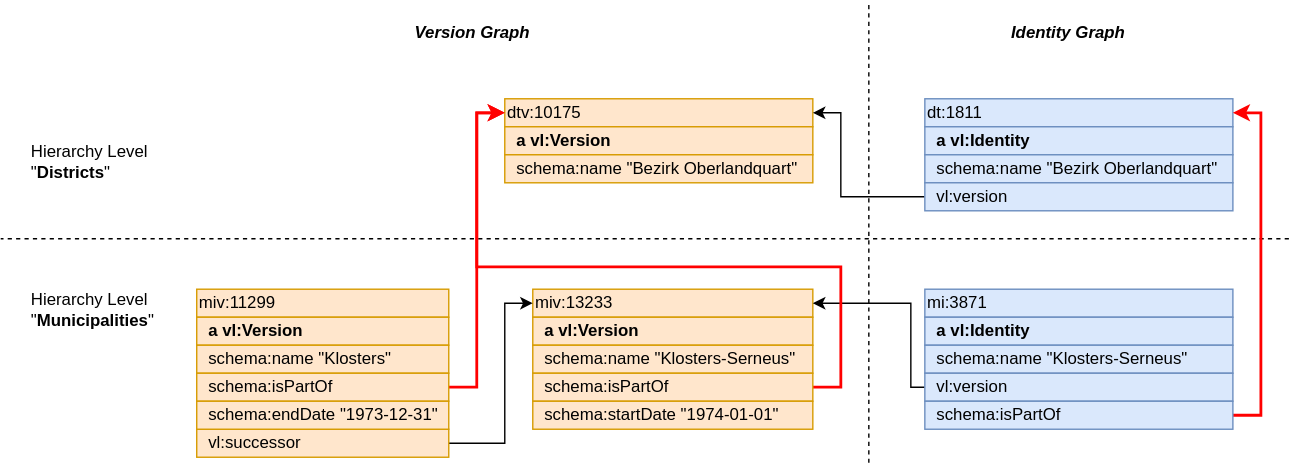
Above: img/linking_hierarchies.svg in SwissFederalArchives/version-link (draw.io), before the change. Source tidied: cells renumbered, new cells last; positions are measured from the earlier drawing's top-left corner, leaving out a move shared by most shapes.
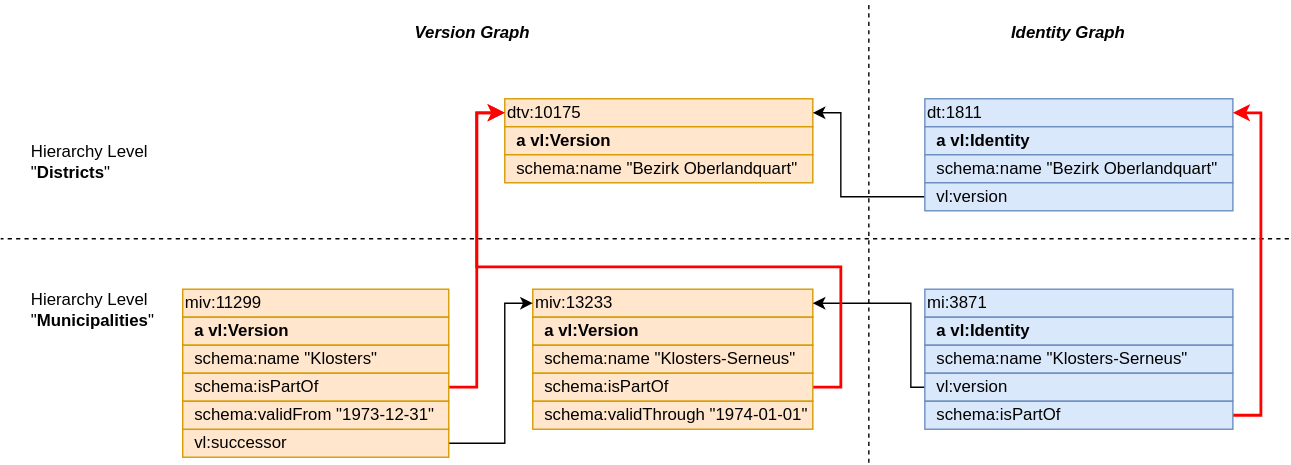
The same diagram one commit later.

Change to the diagram source:
```diff
@@ -109,19 +109,19 @@
       <mxGeometry x="20" y="100" width="100" height="30" as="geometry" />
     </mxCell>
     <mxCell id="28" value="miv:11299" style="rounded=0;whiteSpace=wrap;html=1;fillColor=#ffe6cc;strokeColor=#d79b00;align=left;fontSize=12;" parent="1" vertex="1">
-      <mxGeometry x="140" y="206" width="180" height="20" as="geometry" />
+      <mxGeometry x="130" y="206" width="190" height="20" as="geometry" />
     </mxCell>
     <mxCell id="29" value="&lt;div style=&quot;font-size: 12px;&quot;&gt;&lt;b style=&quot;font-size: 12px;&quot;&gt;&amp;nbsp; a vl:Version&lt;/b&gt;&lt;br style=&quot;font-size: 12px;&quot;&gt;&lt;/div&gt;" style="rounded=0;whiteSpace=wrap;html=1;fillColor=#ffe6cc;strokeColor=#d79b00;align=left;fontSize=12;" parent="1" vertex="1">
-      <mxGeometry x="140" y="226" width="180" height="20" as="geometry" />
+      <mxGeometry x="130" y="226" width="190" height="20" as="geometry" />
     </mxCell>
     <mxCell id="30" value="&amp;nbsp; schema:name &quot;Klosters&quot;" style="rounded=0;whiteSpace=wrap;html=1;fillColor=#ffe6cc;strokeColor=#d79b00;align=left;fontSize=12;" parent="1" vertex="1">
-      <mxGeometry x="140" y="246" width="180" height="20" as="geometry" />
+      <mxGeometry x="130" y="246" width="190" height="20" as="geometry" />
     </mxCell>
     <mxCell id="31" style="edgeStyle=orthogonalEdgeStyle;html=1;exitX=1;exitY=0.5;exitDx=0;exitDy=0;entryX=0;entryY=0.5;entryDx=0;entryDy=0;rounded=0;strokeColor=#FF0000;strokeWidth=2;" parent="1" edge="1" source="32" target="14">
       <mxGeometry relative="1" as="geometry" />
     </mxCell>
     <mxCell id="32" value="&amp;nbsp; schema:isPartOf" style="rounded=0;whiteSpace=wrap;html=1;fillColor=#ffe6cc;strokeColor=#d79b00;align=left;fontSize=12;" parent="1" vertex="1">
-      <mxGeometry x="140" y="266" width="180" height="20" as="geometry" />
+      <mxGeometry x="130" y="266" width="190" height="20" as="geometry" />
     </mxCell>
     <mxCell id="33" style="edgeStyle=orthogonalEdgeStyle;html=1;exitX=1;exitY=0.5;exitDx=0;exitDy=0;entryX=0;entryY=0.5;entryDx=0;entryDy=0;rounded=0;" parent="1" edge="1" source="34" target="2">
       <mxGeometry relative="1" as="geometry">
@@ -132,12 +132,12 @@
       </mxGeometry>
     </mxCell>
     <mxCell id="34" value="&amp;nbsp; vl:successor" style="rounded=0;whiteSpace=wrap;html=1;fillColor=#ffe6cc;strokeColor=#d79b00;align=left;fontSize=12;" parent="1" vertex="1">
-      <mxGeometry x="140" y="306" width="180" height="20" as="geometry" />
+      <mxGeometry x="130" y="306" width="190" height="20" as="geometry" />
     </mxCell>
-    <mxCell id="35" value="&lt;font style=&quot;font-size: 12px;&quot;&gt;&amp;nbsp; schema:endDate &lt;font style=&quot;font-size: 12px;&quot;&gt;&quot;1973-12-31&quot;&lt;/font&gt;&lt;/font&gt;" style="rounded=0;whiteSpace=wrap;html=1;fillColor=#ffe6cc;strokeColor=#d79b00;align=left;fontSize=12;" parent="1" vertex="1">
-      <mxGeometry x="140" y="286" width="180" height="20" as="geometry" />
+    <mxCell id="35" value="&lt;font style=&quot;font-size: 12px;&quot;&gt;&amp;nbsp; schema:validFrom&amp;nbsp;&lt;font style=&quot;font-size: 12px;&quot;&gt;&quot;1973-12-31&quot;&lt;/font&gt;&lt;/font&gt;" style="rounded=0;whiteSpace=wrap;html=1;fillColor=#ffe6cc;strokeColor=#d79b00;align=left;fontSize=12;" parent="1" vertex="1">
+      <mxGeometry x="130" y="286" width="190" height="20" as="geometry" />
     </mxCell>
-    <mxCell id="36" value="&lt;font style=&quot;font-size: 12px;&quot;&gt;&amp;nbsp; schema:startDate &lt;font style=&quot;font-size: 12px;&quot;&gt;&quot;1974-01-01&quot;&lt;/font&gt;&lt;/font&gt;" style="rounded=0;whiteSpace=wrap;html=1;fillColor=#ffe6cc;strokeColor=#d79b00;align=left;fontSize=12;" parent="1" vertex="1">
+    <mxCell id="36" value="&lt;font style=&quot;font-size: 12px;&quot;&gt;&amp;nbsp; schema:validThrough&amp;nbsp;&lt;font style=&quot;font-size: 12px;&quot;&gt;&quot;1974-01-01&quot;&lt;/font&gt;&lt;/font&gt;" style="rounded=0;whiteSpace=wrap;html=1;fillColor=#ffe6cc;strokeColor=#d79b00;align=left;fontSize=12;" parent="1" vertex="1">
       <mxGeometry x="380" y="286" width="200" height="20" as="geometry" />
     </mxCell>
   </root>
```
